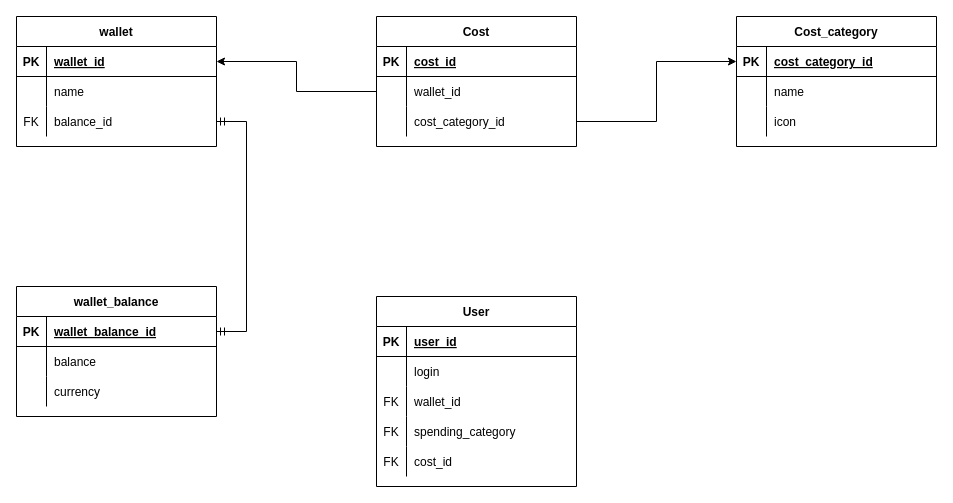
This is Диаграмма без названия.drawio from ayratkin/coin-keeper-server, a draw.io file, before an edit. Source tidied: cells renumbered, new cells numbered last; positions are measured from the earlier drawing's top-left corner, leaving out a move shared by most shapes. Both pictures are drawn from the tidied source at 100%, with x=0, y=0 at pixel (16, 16).
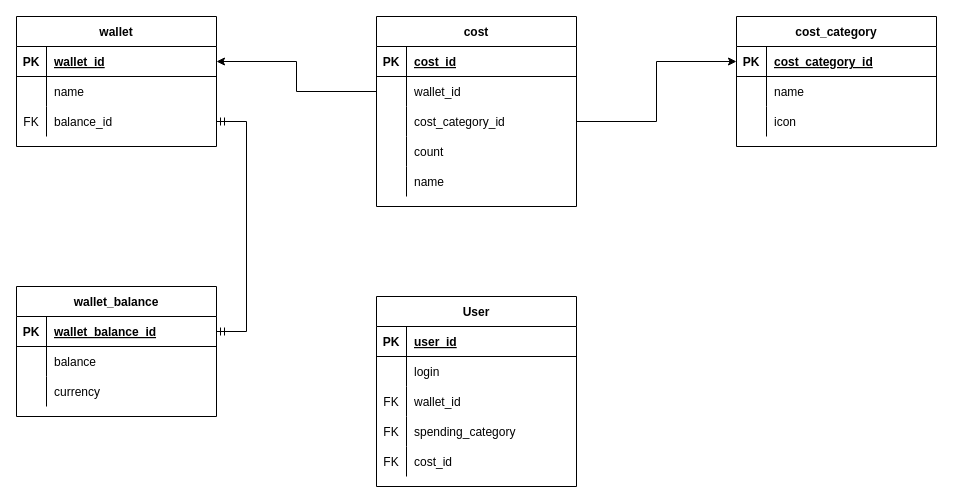
The same diagram, later.

What changed in the source:
```diff
@@
-    <mxCell id="38" value="Cost_category" style="shape=table;startSize=30;childLayout=tableLayout;rowLines=0;fontStyle=1;align=center;" parent="1" vertex="1">
+    <mxCell id="38" value="cost_category" style="shape=table;startSize=30;childLayout=tableLayout;rowLines=0;fontStyle=1;align=center;" parent="1" vertex="1">
       <mxGeometry x="720" width="200" height="130" as="geometry" />
     </mxCell>
@@
-    <mxCell id="48" value="Cost" style="shape=table;startSize=30;childLayout=tableLayout;rowLines=0;fontStyle=1;align=center;" parent="1" vertex="1">
-      <mxGeometry x="360" width="200" height="130" as="geometry" />
+    <mxCell id="48" value="cost" style="shape=table;startSize=30;childLayout=tableLayout;rowLines=0;fontStyle=1;align=center;" parent="1" vertex="1">
+      <mxGeometry x="360" width="200" height="190" as="geometry" />
     </mxCell>
@@
+    <mxCell id="61" style="shape=partialRectangle;fillColor=none;top=0;left=0;right=0;bottom=0;" parent="48" vertex="1">
+      <mxGeometry y="120" width="200" height="30" as="geometry" />
+    </mxCell>
+    <mxCell id="62" style="shape=partialRectangle;overflow=hidden;fillColor=none;top=0;left=0;bottom=0;right=0;" parent="61" vertex="1">
+      <mxGeometry width="30" height="30" as="geometry" />
+    </mxCell>
+    <mxCell id="63" value="count" style="shape=partialRectangle;overflow=hidden;fillColor=none;top=0;left=0;bottom=0;right=0;align=left;spacingLeft=6;" parent="61" vertex="1">
+      <mxGeometry x="30" width="170" height="30" as="geometry" />
+    </mxCell>
+    <mxCell id="64" style="shape=partialRectangle;fillColor=none;top=0;left=0;right=0;bottom=0;" parent="48" vertex="1">
+      <mxGeometry y="150" width="200" height="30" as="geometry" />
+    </mxCell>
+    <mxCell id="65" style="shape=partialRectangle;overflow=hidden;fillColor=none;top=0;left=0;bottom=0;right=0;" parent="64" vertex="1">
+      <mxGeometry width="30" height="30" as="geometry" />
+    </mxCell>
+    <mxCell id="66" value="name" style="shape=partialRectangle;overflow=hidden;fillColor=none;top=0;left=0;bottom=0;right=0;align=left;spacingLeft=6;" parent="64" vertex="1">
+      <mxGeometry x="30" width="170" height="30" as="geometry" />
+    </mxCell>
```
